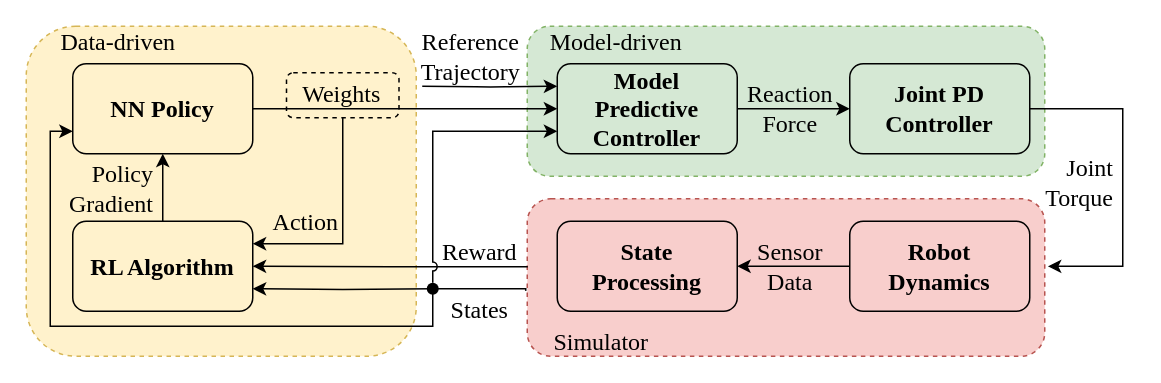
Earlier version of the draw.io diagram images/controller_blocks.drawio (silvery107/rl-mpc-locomotion). Source tidied: cells renumbered, new cells numbered last; positions are measured from the earlier drawing's top-left corner, leaving out a move shared by most shapes. Both pictures are drawn from the tidied source at 150%, with x=0, y=0 at pixel (26, 26).
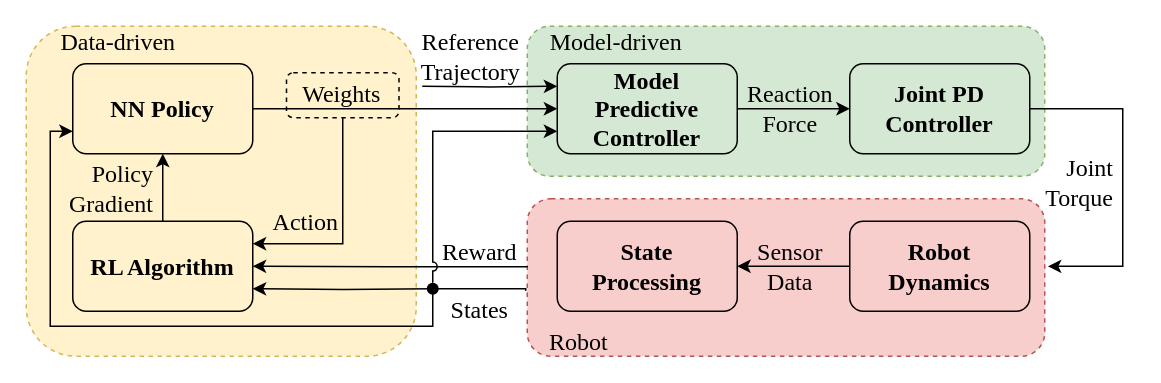
After the change.

Diff of the diagram source:
```diff
@@
-    <mxCell id="33" value="Simulator" style="text;html=1;align=center;verticalAlign=middle;strokeColor=none;fillColor=none;fontFamily=Times New Roman;fontSize=16;" parent="1" vertex="1">
-      <mxGeometry x="343" y="200" width="80" height="20" as="geometry" />
+    <mxCell id="33" value="Robot" style="text;html=1;align=center;verticalAlign=middle;strokeColor=none;fillColor=none;fontFamily=Times New Roman;fontSize=16;" parent="1" vertex="1">
+      <mxGeometry x="343" y="200" width="50" height="20" as="geometry" />
     </mxCell>
```
